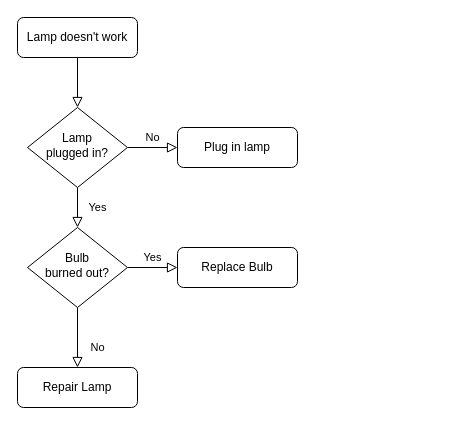
The draw.io diagram Untitled Diagram.drawio in happyoogabooga/happyoogabooga, before the edit. Source tidied: cells renumbered, new cells numbered last; positions are measured from the earlier drawing's top-left corner, leaving out a move shared by most shapes. Both pictures are drawn from the tidied source at 100%, with x=0, y=0 at pixel (17, 17).
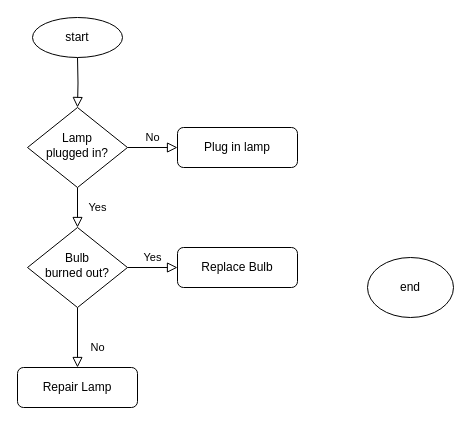
The same page after the edit.

Change to the diagram source:
```diff
@@
 <mxGraphModel>
   <root>
     <mxCell id="0" />
     <mxCell id="1" parent="0" />
-    <mxCell id="2" style="rounded=0;html=1;jettySize=auto;fontSize=11;endArrow=block;endFill=0;endSize=8;strokeWidth=1;shadow=0;labelBackgroundColor=none;edgeStyle=orthogonalEdgeStyle;" parent="1" edge="1" source="3" target="6">
-      <mxGeometry relative="1" as="geometry" />
+    <mxCell id="2" style="rounded=0;html=1;jettySize=auto;fontSize=11;endArrow=block;endFill=0;endSize=8;strokeWidth=1;shadow=0;labelBackgroundColor=none;edgeStyle=orthogonalEdgeStyle;" parent="1" edge="1" target="6">
+      <mxGeometry relative="1" as="geometry">
+        <mxPoint x="60" y="40" as="sourcePoint" />
+      </mxGeometry>
     </mxCell>
-    <mxCell id="3" value="Lamp doesn't work" style="rounded=1;whiteSpace=wrap;html=1;fontSize=12;glass=0;strokeWidth=1;shadow=0;" parent="1" vertex="1">
-      <mxGeometry width="120" height="40" as="geometry" />
-    </mxCell>
     <mxCell id="4" value="Yes" style="rounded=0;html=1;jettySize=auto;fontSize=11;endArrow=block;endFill=0;endSize=8;strokeWidth=1;shadow=0;labelBackgroundColor=none;edgeStyle=orthogonalEdgeStyle;" parent="1" edge="1" source="6" target="10">
       <mxGeometry y="20" relative="1" as="geometry" />
     </mxCell>
     <mxCell id="5" value="No" style="edgeStyle=orthogonalEdgeStyle;rounded=0;html=1;jettySize=auto;fontSize=11;endArrow=block;endFill=0;endSize=8;strokeWidth=1;shadow=0;labelBackgroundColor=none;" parent="1" edge="1" source="6" target="7">
       <mxGeometry y="10" relative="1" as="geometry" />
     </mxCell>
     <mxCell id="6" value="Lamp&lt;br&gt;plugged in?" style="rhombus;whiteSpace=wrap;html=1;shadow=0;fontFamily=Helvetica;fontSize=12;align=center;strokeWidth=1;spacing=6;spacingTop=-4;" parent="1" vertex="1">
       <mxGeometry x="10" y="90" width="100" height="80" as="geometry" />
     </mxCell>
     <mxCell id="7" value="Plug in lamp" style="rounded=1;whiteSpace=wrap;html=1;fontSize=12;glass=0;strokeWidth=1;shadow=0;" parent="1" vertex="1">
       <mxGeometry x="160" y="110" width="120" height="40" as="geometry" />
     </mxCell>
     <mxCell id="8" value="No" style="rounded=0;html=1;jettySize=auto;fontSize=11;endArrow=block;endFill=0;endSize=8;strokeWidth=1;shadow=0;labelBackgroundColor=none;edgeStyle=orthogonalEdgeStyle;" parent="1" edge="1" source="10" target="11">
       <mxGeometry x="0.33" y="20" relative="1" as="geometry" />
     </mxCell>
     <mxCell id="9" value="Yes" style="edgeStyle=orthogonalEdgeStyle;rounded=0;html=1;jettySize=auto;fontSize=11;endArrow=block;endFill=0;endSize=8;strokeWidth=1;shadow=0;labelBackgroundColor=none;" parent="1" edge="1" source="10" target="12">
       <mxGeometry y="10" relative="1" as="geometry" />
     </mxCell>
     <mxCell id="10" value="Bulb&lt;br&gt;burned out?" style="rhombus;whiteSpace=wrap;html=1;shadow=0;fontFamily=Helvetica;fontSize=12;align=center;strokeWidth=1;spacing=6;spacingTop=-4;" parent="1" vertex="1">
       <mxGeometry x="10" y="210" width="100" height="80" as="geometry" />
     </mxCell>
     <mxCell id="11" value="Repair Lamp" style="rounded=1;whiteSpace=wrap;html=1;fontSize=12;glass=0;strokeWidth=1;shadow=0;" parent="1" vertex="1">
       <mxGeometry y="350" width="120" height="40" as="geometry" />
     </mxCell>
     <mxCell id="12" value="Replace Bulb" style="rounded=1;whiteSpace=wrap;html=1;fontSize=12;glass=0;strokeWidth=1;shadow=0;" parent="1" vertex="1">
       <mxGeometry x="160" y="230" width="120" height="40" as="geometry" />
     </mxCell>
+    <mxCell id="13" value="start" style="ellipse;whiteSpace=wrap;html=1;" parent="1" vertex="1">
+      <mxGeometry x="15" width="90" height="40" as="geometry" />
+    </mxCell>
+    <mxCell id="14" value="end" style="ellipse;whiteSpace=wrap;html=1;" parent="1" vertex="1">
+      <mxGeometry x="350" y="240" width="86" height="60" as="geometry" />
+    </mxCell>
   </root>
 </mxGraphModel>
```
